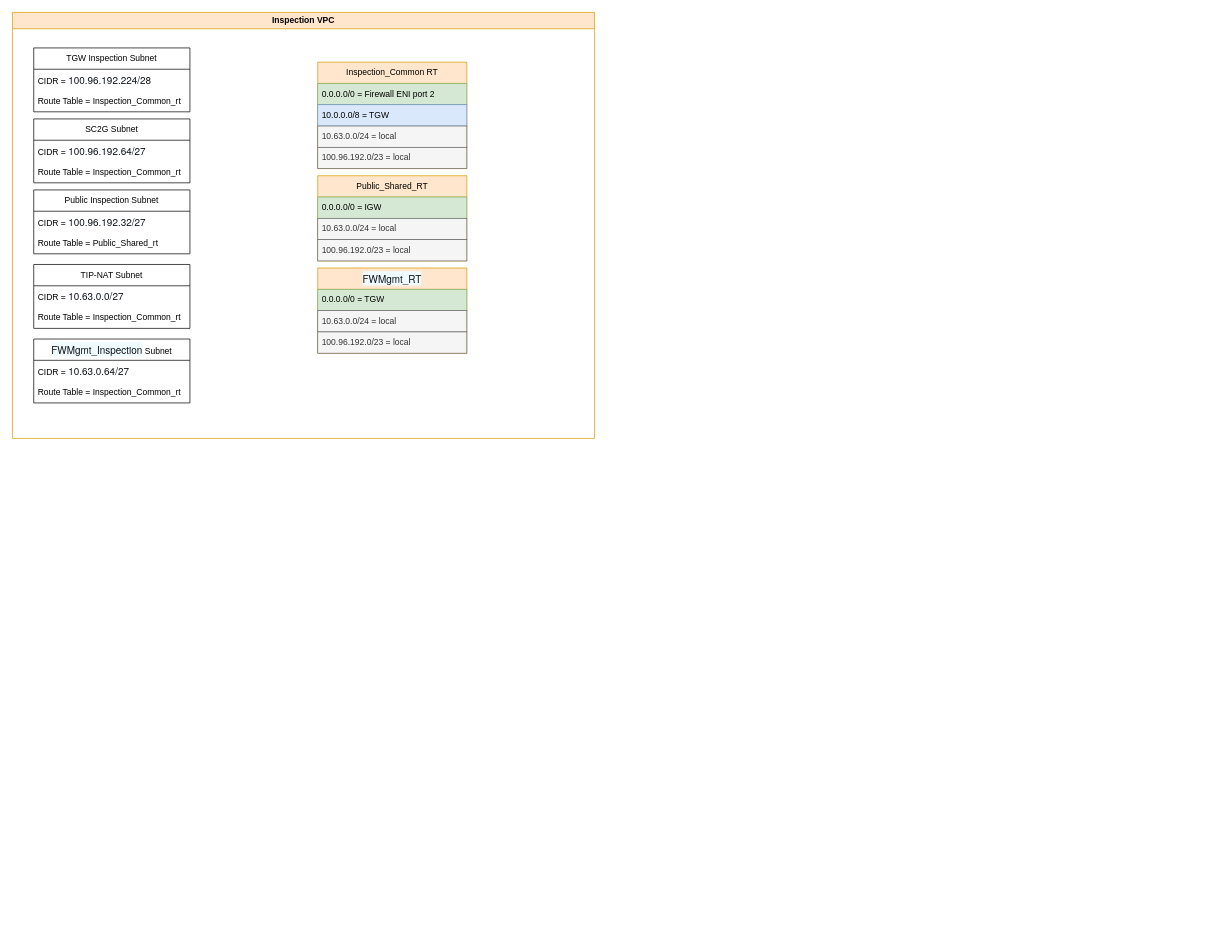
Above: Inspection VPC Routing.drawio in XangoXCC/Drawio (draw.io), before the change. Source tidied: cells renumbered, new cells numbered last; positions are measured from the earlier drawing's top-left corner, leaving out a move shared by most shapes. Both pictures are drawn from the tidied source at 71%, with x=0, y=0 at pixel (12, 12).
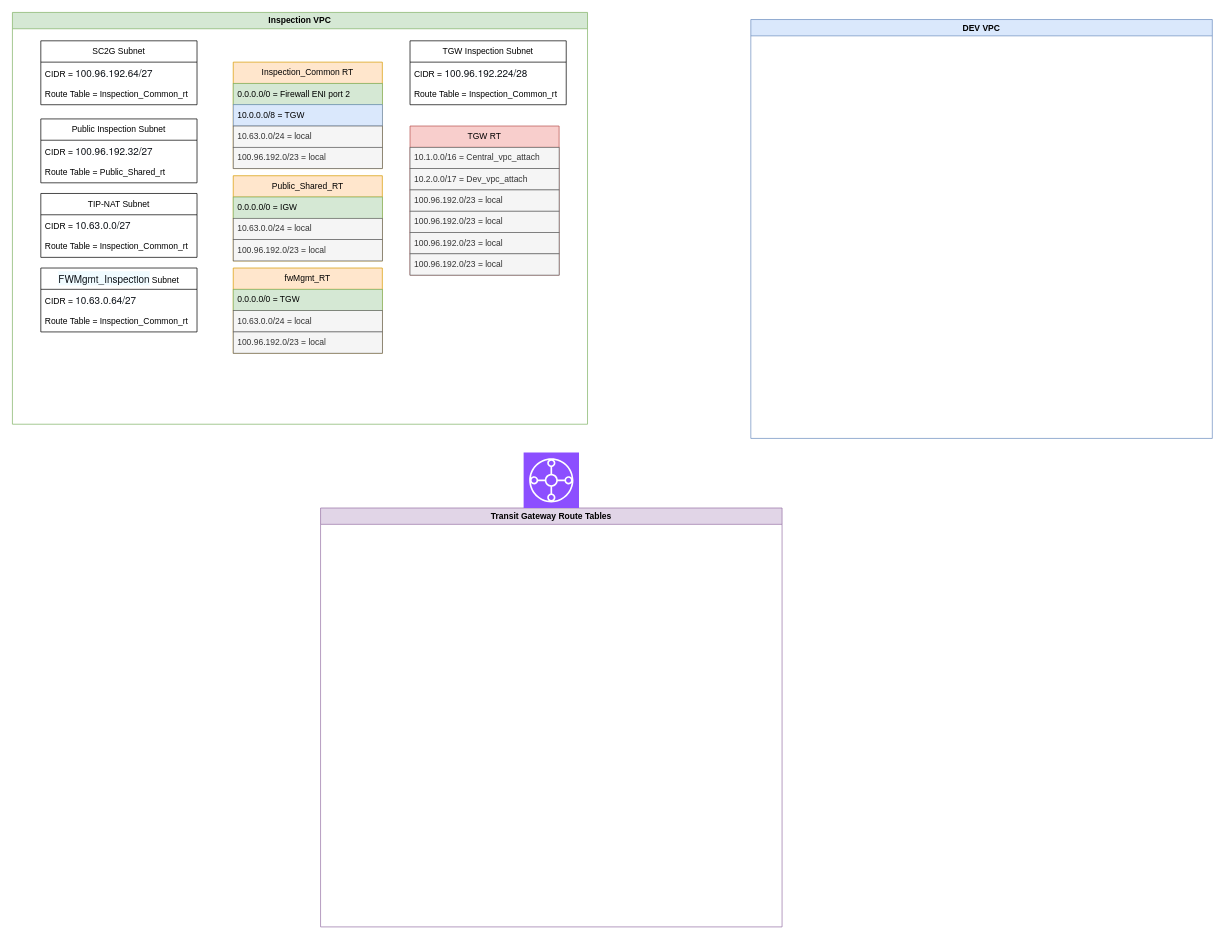
Above is the later version.

What changed in the source:
```diff
@@
-    <mxCell id="2" value="Inspection VPC" style="swimlane;whiteSpace=wrap;html=1;fillColor=#ffe6cc;strokeColor=#d79b00;" parent="1" vertex="1">
-      <mxGeometry width="820" height="600" as="geometry" />
+    <mxCell id="2" value="Inspection VPC" style="swimlane;whiteSpace=wrap;html=1;fillColor=#d5e8d4;strokeColor=#82b366;" parent="1" vertex="1">
+      <mxGeometry width="810" height="580" as="geometry" />
     </mxCell>
-    <mxCell id="3" value="TGW Inspection Subnet" style="swimlane;fontStyle=0;horizontal=1;startSize=30;whiteSpace=wrap;html=1;" parent="2" vertex="1">
-      <mxGeometry x="30" y="50" width="220" height="90" as="geometry" />
-    </mxCell>
-    <mxCell id="4" value="CIDR =&amp;nbsp;&lt;span style=&quot;color: rgb(15, 20, 26); font-family: &amp;quot;Amazon Ember&amp;quot;, &amp;quot;Helvetica Neue&amp;quot;, Roboto, Arial, sans-serif; font-size: 14px; background-color: rgb(255, 255, 255);&quot;&gt;100.96.192.224/28&lt;/span&gt;" style="text;strokeColor=none;fillColor=none;align=left;verticalAlign=middle;spacingLeft=4;spacingRight=4;overflow=hidden;whiteSpace=wrap;html=1;" parent="3" vertex="1">
-      <mxGeometry y="30" width="220" height="30" as="geometry" />
-    </mxCell>
-    <mxCell id="5" value="Route Table = Inspection_&lt;span style=&quot;background-color: transparent; color: light-dark(rgb(0, 0, 0), rgb(255, 255, 255));&quot;&gt;Common_rt&lt;/span&gt;" style="text;strokeColor=none;fillColor=none;align=left;verticalAlign=middle;spacingLeft=4;spacingRight=4;overflow=hidden;whiteSpace=wrap;html=1;" parent="3" vertex="1">
-      <mxGeometry y="60" width="220" height="30" as="geometry" />
-    </mxCell>
     <mxCell id="6" value="Inspection_Common RT" style="swimlane;fontStyle=0;horizontal=1;startSize=30;whiteSpace=wrap;html=1;fillColor=#ffe6cc;strokeColor=#d79b00;" parent="2" vertex="1">
-      <mxGeometry x="430" y="70" width="210" height="150" as="geometry" />
+      <mxGeometry x="311" y="70" width="210" height="150" as="geometry" />
     </mxCell>
@@
     <mxCell id="11" value="SC2G Subnet" style="swimlane;fontStyle=0;horizontal=1;startSize=30;whiteSpace=wrap;html=1;" parent="2" vertex="1">
-      <mxGeometry x="30" y="150" width="220" height="90" as="geometry" />
+      <mxGeometry x="40" y="40" width="220" height="90" as="geometry" />
     </mxCell>
@@
     <mxCell id="14" value="Public Inspection Subnet" style="swimlane;fontStyle=0;horizontal=1;startSize=30;whiteSpace=wrap;html=1;" parent="2" vertex="1">
-      <mxGeometry x="30" y="250" width="220" height="90" as="geometry" />
+      <mxGeometry x="40" y="150" width="220" height="90" as="geometry" />
     </mxCell>
@@
     <mxCell id="17" value="Public_Shared_RT" style="swimlane;fontStyle=0;horizontal=1;startSize=30;whiteSpace=wrap;html=1;fillColor=#ffe6cc;strokeColor=#d79b00;" parent="2" vertex="1">
-      <mxGeometry x="430" y="230" width="210" height="120" as="geometry" />
+      <mxGeometry x="311" y="230" width="210" height="120" as="geometry" />
     </mxCell>
@@
     <mxCell id="21" value="TIP-NAT Subnet" style="swimlane;fontStyle=0;horizontal=1;startSize=30;whiteSpace=wrap;html=1;" parent="2" vertex="1">
-      <mxGeometry x="30" y="355" width="220" height="90" as="geometry" />
+      <mxGeometry x="40" y="255" width="220" height="90" as="geometry" />
     </mxCell>
@@
     <mxCell id="24" value="&lt;span style=&quot;color: rgb(15, 20, 26); font-family: &amp;quot;Amazon Ember&amp;quot;, &amp;quot;Helvetica Neue&amp;quot;, Roboto, Arial, sans-serif; font-size: 14px; text-align: start; text-wrap-mode: nowrap; background-color: rgb(240, 251, 255);&quot;&gt;FWMgmt_Inspection&lt;/span&gt;&amp;nbsp;Subnet" style="swimlane;fontStyle=0;horizontal=1;startSize=30;whiteSpace=wrap;html=1;" parent="2" vertex="1">
-      <mxGeometry x="30" y="460" width="220" height="90" as="geometry" />
+      <mxGeometry x="40" y="360" width="220" height="90" as="geometry" />
     </mxCell>
@@
-    <mxCell id="27" value="&lt;span style=&quot;color: rgb(15, 20, 26); font-family: &amp;quot;Amazon Ember&amp;quot;, &amp;quot;Helvetica Neue&amp;quot;, Roboto, Arial, sans-serif; font-size: 14px; text-align: start; text-wrap-mode: nowrap; background-color: rgb(240, 251, 255);&quot;&gt;FWMgmt_RT&lt;/span&gt;" style="swimlane;fontStyle=0;horizontal=1;startSize=30;whiteSpace=wrap;html=1;fillColor=#ffe6cc;strokeColor=#d79b00;" parent="2" vertex="1">
-      <mxGeometry x="430" y="360" width="210" height="120" as="geometry" />
+    <mxCell id="27" value="fwMgmt_RT" style="swimlane;fontStyle=0;horizontal=1;startSize=30;whiteSpace=wrap;html=1;fillColor=#ffe6cc;strokeColor=#d79b00;" parent="2" vertex="1">
+      <mxGeometry x="311" y="360" width="210" height="120" as="geometry" />
     </mxCell>
@@
+    <mxCell id="3" value="TGW Inspection Subnet" style="swimlane;fontStyle=0;horizontal=1;startSize=30;whiteSpace=wrap;html=1;" parent="2" vertex="1">
+      <mxGeometry x="560" y="40" width="220" height="90" as="geometry" />
+    </mxCell>
+    <mxCell id="4" value="CIDR =&amp;nbsp;&lt;span style=&quot;color: rgb(15, 20, 26); font-family: &amp;quot;Amazon Ember&amp;quot;, &amp;quot;Helvetica Neue&amp;quot;, Roboto, Arial, sans-serif; font-size: 14px; background-color: rgb(255, 255, 255);&quot;&gt;100.96.192.224/28&lt;/span&gt;" style="text;strokeColor=none;fillColor=none;align=left;verticalAlign=middle;spacingLeft=4;spacingRight=4;overflow=hidden;whiteSpace=wrap;html=1;" parent="3" vertex="1">
+      <mxGeometry y="30" width="220" height="30" as="geometry" />
+    </mxCell>
+    <mxCell id="5" value="Route Table = Inspection_&lt;span style=&quot;background-color: transparent; color: light-dark(rgb(0, 0, 0), rgb(255, 255, 255));&quot;&gt;Common_rt&lt;/span&gt;" style="text;strokeColor=none;fillColor=none;align=left;verticalAlign=middle;spacingLeft=4;spacingRight=4;overflow=hidden;whiteSpace=wrap;html=1;" parent="3" vertex="1">
+      <mxGeometry y="60" width="220" height="30" as="geometry" />
+    </mxCell>
+    <mxCell id="31" value="TGW RT" style="swimlane;fontStyle=0;horizontal=1;startSize=30;whiteSpace=wrap;html=1;fillColor=#f8cecc;strokeColor=#b85450;" parent="2" vertex="1">
+      <mxGeometry x="560" y="160" width="210" height="210" as="geometry" />
+    </mxCell>
+    <mxCell id="32" value="10.1.0.0/16 =&amp;nbsp;Central_vpc_attach" style="text;strokeColor=#666666;fillColor=#f5f5f5;align=left;verticalAlign=middle;spacingLeft=4;spacingRight=4;overflow=hidden;whiteSpace=wrap;html=1;fontColor=#333333;" parent="31" vertex="1">
+      <mxGeometry y="30" width="210" height="30" as="geometry" />
+    </mxCell>
+    <mxCell id="33" value="10.2.0.0/17 = Dev_vpc_attach" style="text;strokeColor=#666666;fillColor=#f5f5f5;align=left;verticalAlign=middle;spacingLeft=4;spacingRight=4;overflow=hidden;whiteSpace=wrap;html=1;fontColor=#333333;" parent="31" vertex="1">
+      <mxGeometry y="60" width="210" height="30" as="geometry" />
+    </mxCell>
+    <mxCell id="34" value="100.96.192.0/23 = local" style="text;strokeColor=#666666;fillColor=#f5f5f5;align=left;verticalAlign=middle;spacingLeft=4;spacingRight=4;overflow=hidden;whiteSpace=wrap;html=1;fontColor=#333333;" parent="31" vertex="1">
+      <mxGeometry y="90" width="210" height="30" as="geometry" />
+    </mxCell>
+    <mxCell id="35" value="100.96.192.0/23 = local" style="text;strokeColor=#666666;fillColor=#f5f5f5;align=left;verticalAlign=middle;spacingLeft=4;spacingRight=4;overflow=hidden;whiteSpace=wrap;html=1;fontColor=#333333;" parent="31" vertex="1">
+      <mxGeometry y="120" width="210" height="30" as="geometry" />
+    </mxCell>
+    <mxCell id="36" value="100.96.192.0/23 = local" style="text;strokeColor=#666666;fillColor=#f5f5f5;align=left;verticalAlign=middle;spacingLeft=4;spacingRight=4;overflow=hidden;whiteSpace=wrap;html=1;fontColor=#333333;" parent="31" vertex="1">
+      <mxGeometry y="150" width="210" height="30" as="geometry" />
+    </mxCell>
+    <mxCell id="37" value="100.96.192.0/23 = local" style="text;strokeColor=#666666;fillColor=#f5f5f5;align=left;verticalAlign=middle;spacingLeft=4;spacingRight=4;overflow=hidden;whiteSpace=wrap;html=1;fontColor=#333333;" parent="31" vertex="1">
+      <mxGeometry y="180" width="210" height="30" as="geometry" />
+    </mxCell>
+    <mxCell id="38" value="Transit Gateway Route Tables" style="swimlane;whiteSpace=wrap;html=1;fillColor=#e1d5e7;strokeColor=#9673a6;" parent="1" vertex="1">
+      <mxGeometry x="434" y="698" width="650" height="590" as="geometry" />
+    </mxCell>
+    <mxCell id="39" style="sketch=0;fontColor=#232F3E;fillColor=#8C4FFF;strokeColor=#ffffff;dashed=0;verticalLabelPosition=bottom;verticalAlign=top;align=center;html=1;fontSize=12;fontStyle=0;shape=mxgraph.aws4.resourceIcon;resIcon=mxgraph.aws4.transit_gateway;" parent="1" vertex="1">
+      <mxGeometry x="720" y="620" width="78" height="78" as="geometry" />
+    </mxCell>
+    <mxCell id="40" value="DEV VPC" style="swimlane;whiteSpace=wrap;html=1;fillColor=#dae8fc;strokeColor=#6c8ebf;" parent="1" vertex="1">
+      <mxGeometry x="1040" y="10" width="650" height="590" as="geometry" />
+    </mxCell>
```
